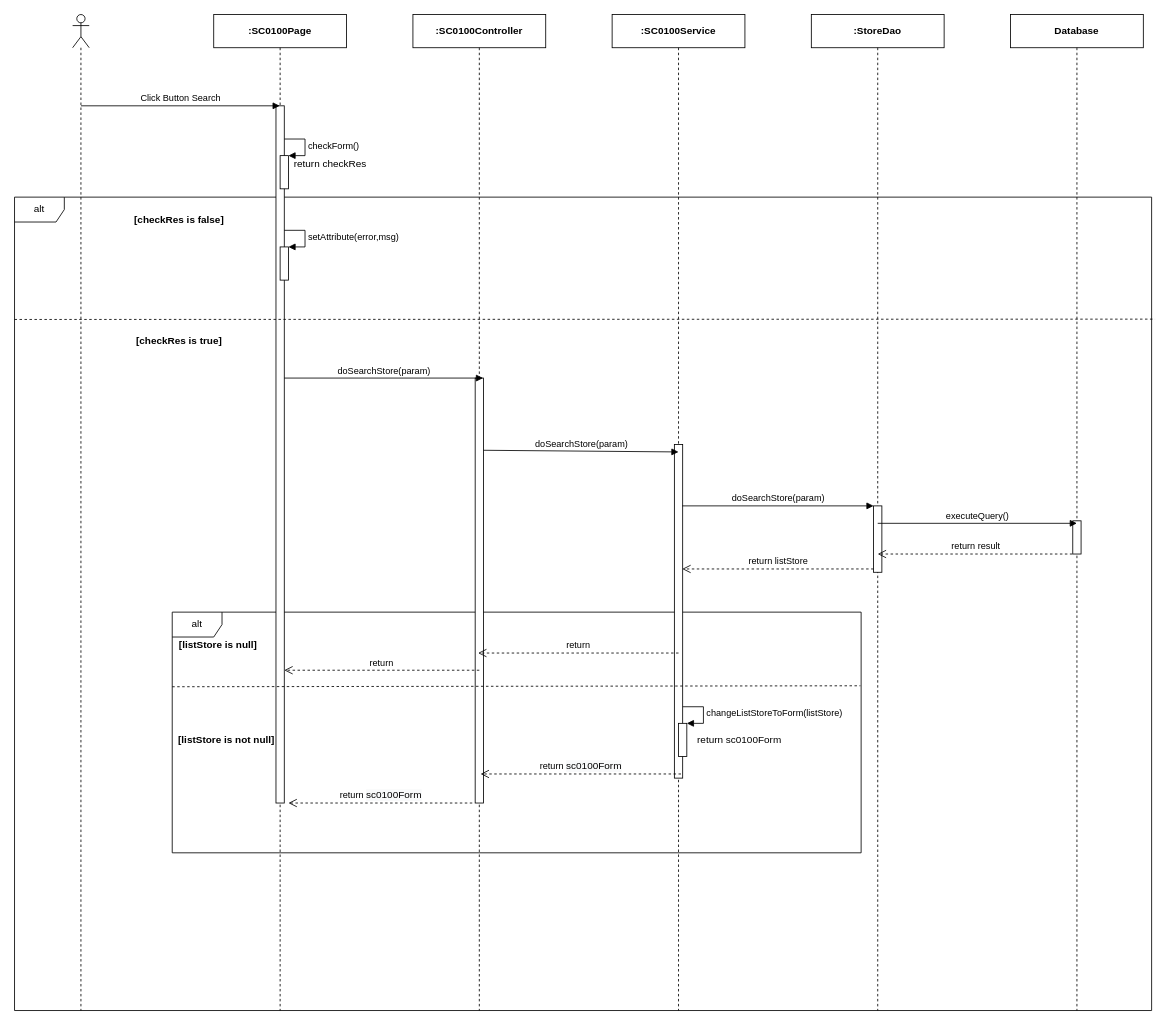
Above: page "Ev02" (2 of 4) of 2. Approved/SEQ Diagram/sc01/SC0100_StoreManage.drawio in luannmdev/CapstoneDocument (draw.io), before the change. Source tidied: cells renumbered, new cells numbered last; positions are measured from the earlier drawing's top-left corner, leaving out a move shared by most shapes. Both pictures are drawn from the tidied source at 83%, with x=0, y=0 at pixel (14, 14).
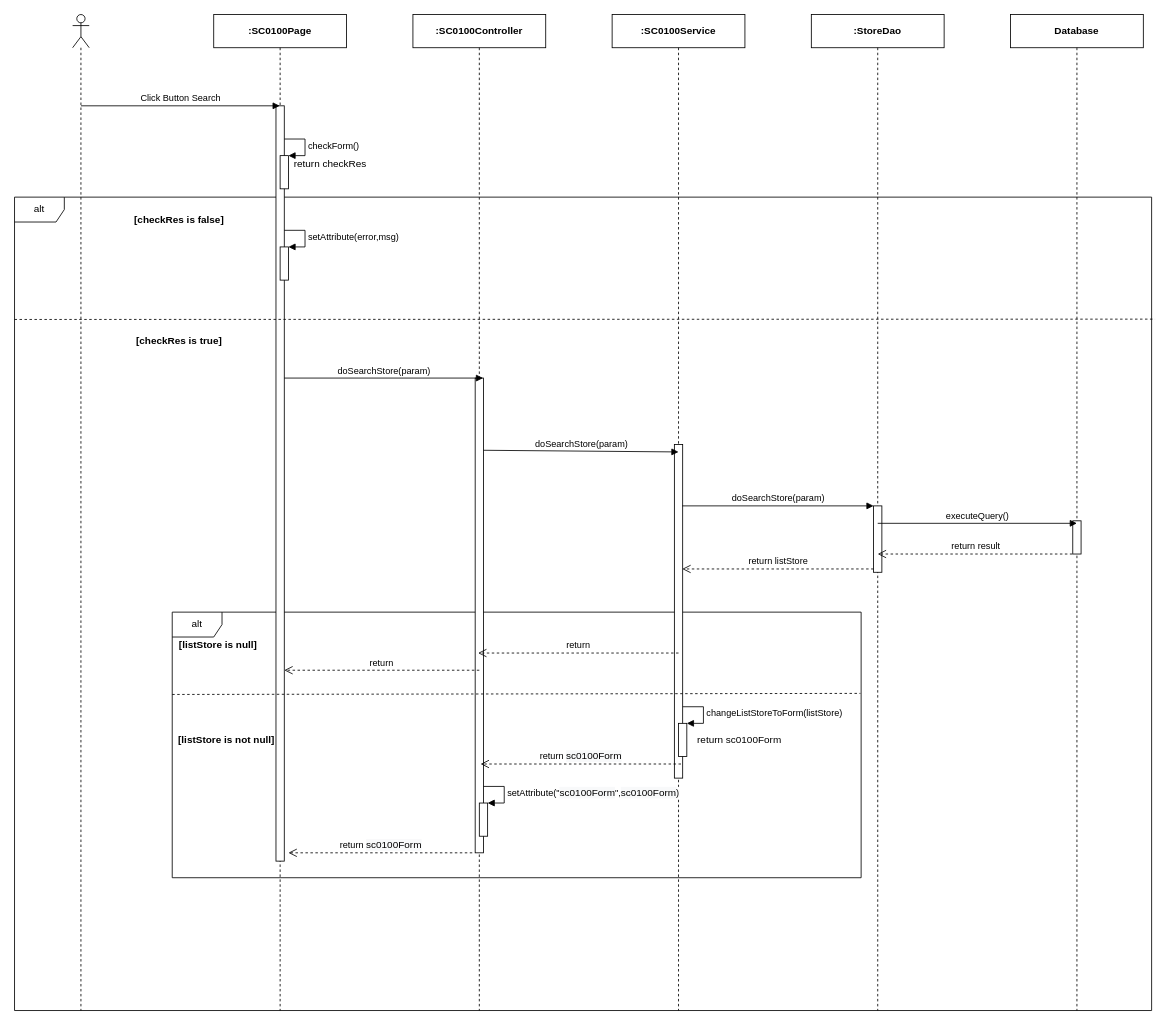
The same diagram, later.

Commit message (it also covers changes not shown here):
TruongTN add setAttribute for form

Unchanged cells that the change refers to:
```xml
<mxCell id="5" value="&lt;b&gt;:SC0100Page&lt;/b&gt;" style="shape=umlLifeline;perimeter=lifelinePerimeter;whiteSpace=wrap;html=1;outlineConnect=0;" parent="1" vertex="1">
  <mxGeometry x="240" width="160" height="1200" as="geometry" />
</mxCell>
<mxCell id="11" value="&lt;b&gt;:SC0100Controller&lt;/b&gt;" style="shape=umlLifeline;perimeter=lifelinePerimeter;whiteSpace=wrap;html=1;" parent="1" vertex="1">
  <mxGeometry x="480" width="160" height="1200" as="geometry" />
</mxCell>
```

The edit, as a diff of the source:
```diff
@@
     <mxCell id="3" value="alt" style="shape=umlFrame;whiteSpace=wrap;html=1;" parent="1" vertex="1">
-      <mxGeometry x="190" y="720" width="830" height="290" as="geometry" />
+      <mxGeometry x="190" y="720" width="830" height="320" as="geometry" />
     </mxCell>
@@
     <mxCell id="6" style="html=1;perimeter=orthogonalPerimeter;" parent="5" vertex="1">
-      <mxGeometry x="75" y="110" width="10" height="840" as="geometry" />
+      <mxGeometry x="75" y="110" width="10" height="910" as="geometry" />
     </mxCell>
@@
     <mxCell id="12" style="html=1;perimeter=orthogonalPerimeter;" parent="11" vertex="1">
-      <mxGeometry x="75" y="438" width="10" height="512" as="geometry" />
+      <mxGeometry x="75" y="438" width="10" height="572" as="geometry" />
     </mxCell>
@@
     <mxCell id="31" value="return&amp;nbsp;&lt;span style=&quot;font-size: 12px ; background-color: rgb(248 , 249 , 250)&quot;&gt;sc0100Form&lt;/span&gt;" style="html=1;verticalAlign=bottom;endArrow=open;dashed=1;endSize=8;" parent="1" edge="1">
       <mxGeometry relative="1" as="geometry">
-        <mxPoint x="803" y="915" as="sourcePoint" />
-        <mxPoint x="561.5" y="915" as="targetPoint" />
+        <mxPoint x="803" y="903" as="sourcePoint" />
+        <mxPoint x="561.5" y="903" as="targetPoint" />
       </mxGeometry>
     </mxCell>
@@
     <mxCell id="38" value="return&amp;nbsp;&lt;span style=&quot;font-size: 12px ; background-color: rgb(248 , 249 , 250)&quot;&gt;sc0100Form&lt;/span&gt;" style="html=1;verticalAlign=bottom;endArrow=open;dashed=1;endSize=8;" parent="1" edge="1">
       <mxGeometry relative="1" as="geometry">
-        <mxPoint x="551.5" y="950" as="sourcePoint" />
-        <mxPoint x="330" y="950" as="targetPoint" />
+        <mxPoint x="551.5" y="1010" as="sourcePoint" />
+        <mxPoint x="330" y="1010" as="targetPoint" />
+        <Array as="points">
+          <mxPoint x="450" y="1010" />
+        </Array>
       </mxGeometry>
     </mxCell>
@@
+    <mxCell id="40" style="html=1;points=[];perimeter=orthogonalPerimeter;" parent="1" vertex="1">
+      <mxGeometry x="560" y="950" width="10" height="40" as="geometry" />
+    </mxCell>
+    <mxCell id="41" value="setAttribute(&quot;&lt;span style=&quot;font-size: 12px ; text-align: center ; background-color: rgb(248 , 249 , 250)&quot;&gt;sc0100Form&lt;/span&gt;&quot;,&lt;span style=&quot;font-size: 12px ; text-align: center ; background-color: rgb(248 , 249 , 250)&quot;&gt;sc0100Form&lt;/span&gt;)" style="edgeStyle=orthogonalEdgeStyle;html=1;align=left;spacingLeft=2;endArrow=block;rounded=0;entryX=1;entryY=0;" parent="1" edge="1" target="40">
+      <mxGeometry relative="1" as="geometry">
+        <mxPoint x="565" y="930" as="sourcePoint" />
+        <Array as="points">
+          <mxPoint x="590" y="930" />
+        </Array>
+      </mxGeometry>
+    </mxCell>
```
